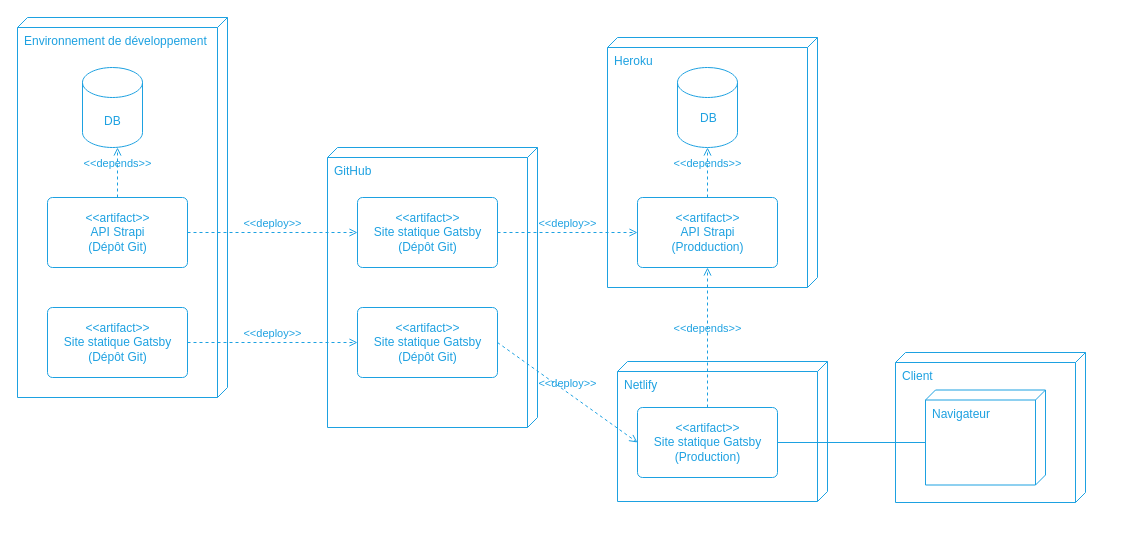
This is img/figure_deployment-diagram.dio from centvingt/OCPizzaRedaction, a draw.io file, before an edit. Source tidied: cells renumbered, new cells numbered last; positions are measured from the earlier drawing's top-left corner, leaving out a move shared by most shapes. Both pictures are drawn from the tidied source at 100%, with x=0, y=0 at pixel (17, 17).
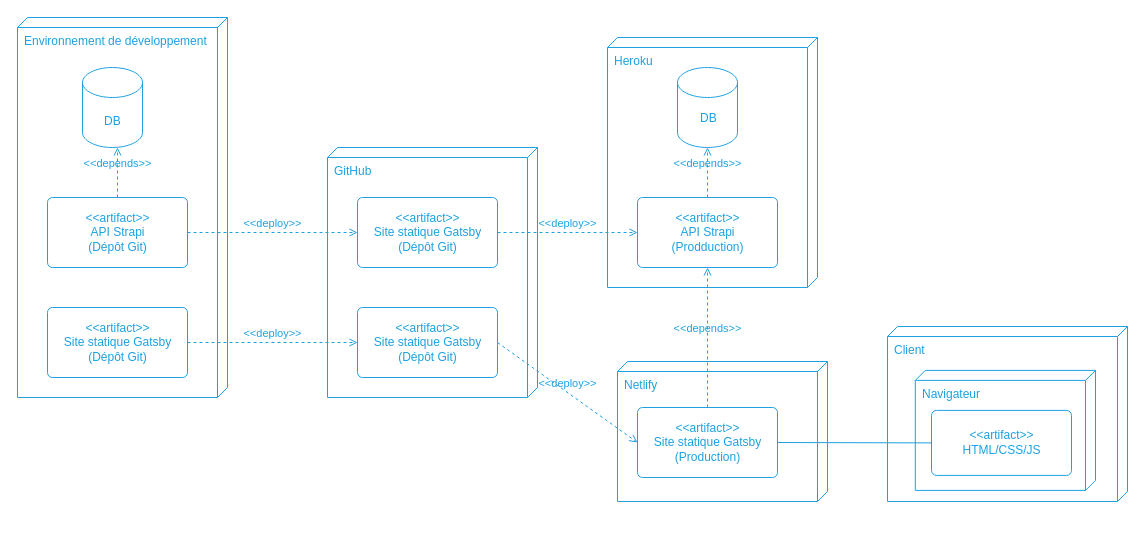
The same diagram, later.

Unchanged cells that the change refers to:
```xml
<mxCell id="7" value="&lt;font color=&quot;#1da1e1&quot;&gt;&amp;lt;&amp;lt;artifact&amp;gt;&amp;gt;&lt;br&gt;Site statique Gatsby&lt;br&gt;(Production)&lt;br&gt;&lt;/font&gt;" style="html=1;align=center;verticalAlign=middle;rounded=1;absoluteArcSize=1;arcSize=10;dashed=0;fillColor=none;strokeColor=#1DA1E1;" parent="1" vertex="1">
  <mxGeometry x="620" y="390" width="140" height="70" as="geometry" />
</mxCell>
```

What changed in the source:
```diff
@@
     <mxCell id="4" value="&lt;font color=&quot;#1da1e1&quot;&gt;GitHub&lt;/font&gt;" style="verticalAlign=top;align=left;shape=cube;size=10;direction=south;fontStyle=0;html=1;boundedLbl=1;spacingLeft=5;fillColor=none;strokeColor=#1DA1E1;" parent="1" vertex="1">
-      <mxGeometry x="310" y="130" width="210" height="280" as="geometry" />
+      <mxGeometry x="310" y="130" width="210" height="250" as="geometry" />
     </mxCell>
@@
-    <mxCell id="6" style="rounded=0;jettySize=auto;html=1;exitX=1;exitY=0.5;exitDx=0;exitDy=0;entryX=0;entryY=0;entryDx=52.5;entryDy=120;entryPerimeter=0;strokeColor=#1DA1E1;endArrow=none;endFill=0;" parent="1" edge="1" source="7" target="11">
+    <mxCell id="6" style="rounded=0;jettySize=auto;html=1;exitX=1;exitY=0.5;exitDx=0;exitDy=0;entryX=0;entryY=0.5;entryDx=0;entryDy=0;strokeColor=#1DA1E1;endArrow=none;endFill=0;" parent="1" edge="1" source="7" target="31">
       <mxGeometry relative="1" as="geometry" />
     </mxCell>
@@
-    <mxCell id="9" style="group;" parent="1" vertex="1">
-      <mxGeometry x="878" y="335" width="190" height="170" as="geometry" />
-    </mxCell>
-    <mxCell id="10" value="&lt;font color=&quot;#1da1e1&quot;&gt;Client&lt;/font&gt;" style="verticalAlign=top;align=left;shape=cube;size=10;direction=south;fontStyle=0;html=1;boundedLbl=1;spacingLeft=5;fillColor=none;strokeColor=#1DA1E1;" parent="9" vertex="1">
-      <mxGeometry width="190" height="150" as="geometry" />
-    </mxCell>
-    <mxCell id="11" value="&lt;font color=&quot;#1da1e1&quot;&gt;Navigateur&lt;/font&gt;" style="verticalAlign=top;align=left;shape=cube;size=10;direction=south;fontStyle=0;html=1;boundedLbl=1;spacingLeft=5;fillColor=none;strokeColor=#1DA1E1;" parent="9" vertex="1">
-      <mxGeometry x="30" y="37.5" width="120" height="95" as="geometry" />
-    </mxCell>
@@
+    <mxCell id="10" value="&lt;font color=&quot;#1da1e1&quot;&gt;Client&lt;/font&gt;" style="verticalAlign=top;align=left;shape=cube;size=10;direction=south;fontStyle=0;html=1;boundedLbl=1;spacingLeft=5;fillColor=none;strokeColor=#1DA1E1;" parent="1" vertex="1">
+      <mxGeometry x="870" y="309" width="240" height="175" as="geometry" />
+    </mxCell>
+    <mxCell id="11" value="&lt;font color=&quot;#1da1e1&quot;&gt;Navigateur&lt;/font&gt;" style="verticalAlign=top;align=left;shape=cube;size=10;direction=south;fontStyle=0;html=1;boundedLbl=1;spacingLeft=5;fillColor=none;strokeColor=#1DA1E1;" parent="1" vertex="1">
+      <mxGeometry x="897.8" y="352.9" width="180.2" height="120" as="geometry" />
+    </mxCell>
+    <mxCell id="31" value="&lt;font color=&quot;#1da1e1&quot;&gt;&amp;lt;&amp;lt;artifact&amp;gt;&amp;gt;&lt;br&gt;HTML/CSS/JS&lt;br&gt;&lt;/font&gt;" style="html=1;align=center;verticalAlign=middle;rounded=1;absoluteArcSize=1;arcSize=10;dashed=0;fillColor=none;strokeColor=#1DA1E1;" parent="1" vertex="1">
+      <mxGeometry x="914" y="392.9" width="140" height="65" as="geometry" />
+    </mxCell>
```
